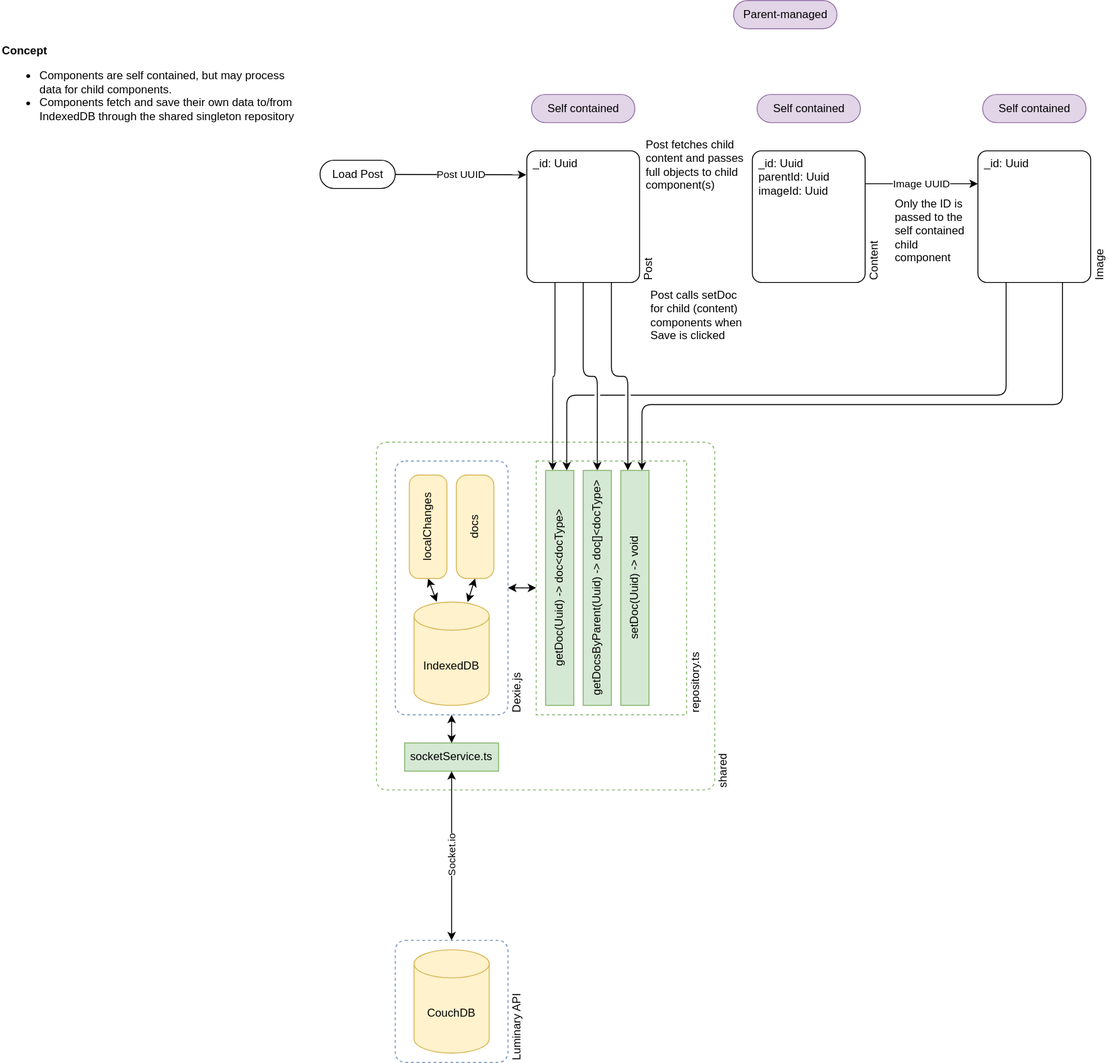
Above: docs/client-data-flows.drawio.svg in bccsa/luminary (draw.io), before the change. Source tidied: cells renumbered, new cells last; positions are measured from the earlier drawing's top-left corner, leaving out a move shared by most shapes.
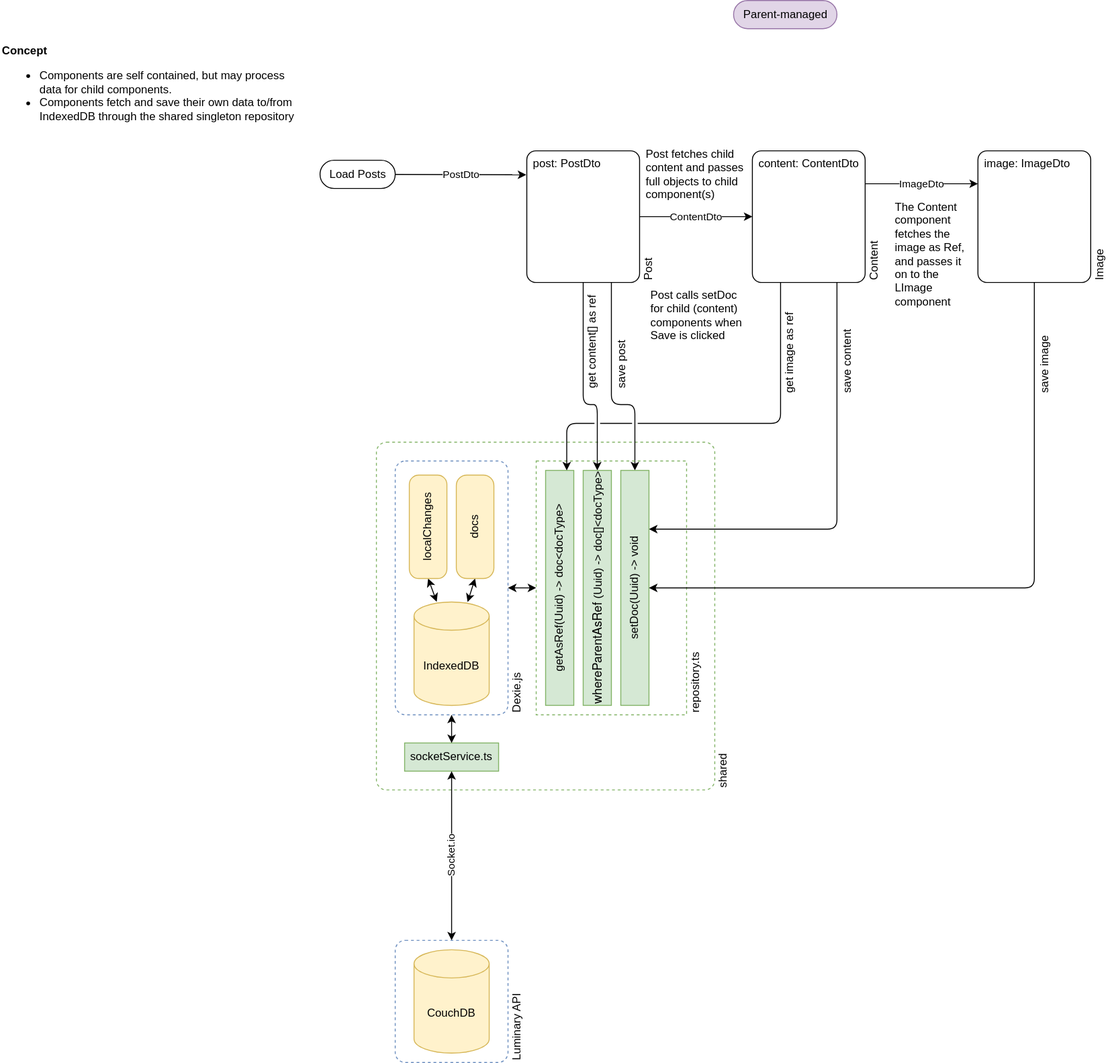
After the commit.

Commit message:
Create new Content Table as proof of concept

Change to the diagram source:
```diff
@@ -20,16 +20,23 @@
         <mxPoint x="550" y="230" as="targetPoint" />
       </mxGeometry>
     </mxCell>
-    <mxCell id="7" style="edgeStyle=orthogonalEdgeStyle;rounded=1;html=1;exitX=0.25;exitY=1;exitDx=0;exitDy=0;entryX=0.25;entryY=0;entryDx=0;entryDy=0;startArrow=none;startFill=0;" parent="1" edge="1" source="10" target="29">
-      <mxGeometry relative="1" as="geometry" />
-    </mxCell>
-    <mxCell id="8" style="edgeStyle=orthogonalEdgeStyle;rounded=1;html=1;exitX=0.75;exitY=1;exitDx=0;exitDy=0;entryX=0.25;entryY=0;entryDx=0;entryDy=0;startArrow=none;startFill=0;" parent="1" edge="1" source="10" target="33">
-      <mxGeometry relative="1" as="geometry" />
+    <mxCell id="8" style="edgeStyle=orthogonalEdgeStyle;rounded=1;html=1;exitX=0.75;exitY=1;exitDx=0;exitDy=0;entryX=0.5;entryY=0;entryDx=0;entryDy=0;startArrow=none;startFill=0;" parent="1" edge="1" source="10" target="33">
+      <mxGeometry relative="1" as="geometry">
+        <Array as="points">
+          <mxPoint x="650" y="430" />
+          <mxPoint x="675" y="430" />
+        </Array>
+      </mxGeometry>
     </mxCell>
     <mxCell id="9" style="edgeStyle=orthogonalEdgeStyle;rounded=1;html=1;exitX=0.5;exitY=1;exitDx=0;exitDy=0;entryX=0.5;entryY=0;entryDx=0;entryDy=0;startArrow=none;startFill=0;" parent="1" edge="1" source="10" target="32">
-      <mxGeometry relative="1" as="geometry" />
+      <mxGeometry relative="1" as="geometry">
+        <Array as="points">
+          <mxPoint x="620" y="430" />
+          <mxPoint x="635" y="430" />
+        </Array>
+      </mxGeometry>
     </mxCell>
-    <mxCell id="10" value="_id: Uuid&lt;br&gt;" style="rounded=1;whiteSpace=wrap;html=1;fillColor=none;arcSize=8;align=left;verticalAlign=top;spacingLeft=5;spacingRight=5;" parent="1" vertex="1">
+    <mxCell id="10" value="post: PostDto" style="rounded=1;whiteSpace=wrap;html=1;fillColor=none;arcSize=8;align=left;verticalAlign=top;spacingLeft=5;spacingRight=5;" parent="1" vertex="1">
       <mxGeometry x="560" y="160" width="120" height="140" as="geometry" />
     </mxCell>
     <mxCell id="11" value="CouchDB" style="shape=cylinder3;whiteSpace=wrap;html=1;boundedLbl=1;backgroundOutline=1;size=15;fillColor=#fff2cc;strokeColor=#d6b656;" parent="1" vertex="1">
@@ -70,13 +77,19 @@
     <mxCell id="22" style="rounded=0;whiteSpace=wrap;html=1;fillColor=none;strokeColor=#82b366;dashed=1;" parent="1" vertex="1">
       <mxGeometry x="570" y="490" width="160" height="270" as="geometry" />
     </mxCell>
+    <mxCell id="46" value="ContentDto" style="edgeStyle=none;html=1;exitX=0.5;exitY=0;exitDx=0;exitDy=0;entryX=0;entryY=0.5;entryDx=0;entryDy=0;" parent="1" edge="1" source="23" target="24">
+      <mxGeometry relative="1" as="geometry" />
+    </mxCell>
     <mxCell id="23" value="Post" style="text;html=1;strokeColor=none;fillColor=none;align=left;verticalAlign=middle;whiteSpace=wrap;rounded=0;rotation=-90;" parent="1" vertex="1">
       <mxGeometry x="620" y="220" width="140" height="20" as="geometry" />
     </mxCell>
+    <mxCell id="47" style="edgeStyle=orthogonalEdgeStyle;html=1;exitX=0.75;exitY=1;exitDx=0;exitDy=0;entryX=1;entryY=0.25;entryDx=0;entryDy=0;" parent="1" edge="1" source="24" target="33">
+      <mxGeometry relative="1" as="geometry" />
+    </mxCell>
-    <mxCell id="24" value="_id: Uuid&lt;br&gt;parentId: Uuid&lt;br&gt;imageId: Uuid" style="rounded=1;whiteSpace=wrap;html=1;fillColor=none;arcSize=8;align=left;verticalAlign=top;spacingLeft=5;spacingRight=5;" parent="1" vertex="1">
+    <mxCell id="24" value="content: ContentDto" style="rounded=1;whiteSpace=wrap;html=1;fillColor=none;arcSize=8;align=left;verticalAlign=top;spacingLeft=5;spacingRight=5;" parent="1" vertex="1">
       <mxGeometry x="800" y="160" width="120" height="140" as="geometry" />
     </mxCell>
-    <mxCell id="25" value="Image UUID" style="edgeStyle=orthogonalEdgeStyle;rounded=1;html=1;exitX=0.75;exitY=0;exitDx=0;exitDy=0;entryX=0;entryY=0.25;entryDx=0;entryDy=0;startArrow=none;startFill=0;" parent="1" edge="1" source="26" target="39">
+    <mxCell id="25" value="ImageDto" style="edgeStyle=orthogonalEdgeStyle;rounded=1;html=1;exitX=0.75;exitY=0;exitDx=0;exitDy=0;entryX=0;entryY=0.25;entryDx=0;entryDy=0;startArrow=none;startFill=0;" parent="1" edge="1" source="26" target="39">
       <mxGeometry relative="1" as="geometry">
         <Array as="points">
           <mxPoint x="970" y="195" />
@@ -87,13 +100,13 @@
     <mxCell id="26" value="Content" style="text;html=1;strokeColor=none;fillColor=none;align=left;verticalAlign=middle;whiteSpace=wrap;rounded=0;rotation=-90;" parent="1" vertex="1">
       <mxGeometry x="860" y="220" width="140" height="20" as="geometry" />
     </mxCell>
-    <mxCell id="27" value="Post UUID" style="edgeStyle=none;html=1;entryX=-0.005;entryY=0.182;entryDx=0;entryDy=0;entryPerimeter=0;startArrow=none;startFill=0;" parent="1" edge="1" source="28" target="10">
+    <mxCell id="27" value="PostDto" style="edgeStyle=none;html=1;entryX=-0.005;entryY=0.182;entryDx=0;entryDy=0;entryPerimeter=0;startArrow=none;startFill=0;" parent="1" edge="1" source="28" target="10">
       <mxGeometry relative="1" as="geometry" />
     </mxCell>
-    <mxCell id="28" value="Load Post" style="html=1;dashed=0;whitespace=wrap;shape=mxgraph.dfd.start;fillColor=none;" parent="1" vertex="1">
+    <mxCell id="28" value="Load Posts" style="html=1;dashed=0;whitespace=wrap;shape=mxgraph.dfd.start;fillColor=none;" parent="1" vertex="1">
       <mxGeometry x="340" y="170" width="80" height="30" as="geometry" />
     </mxCell>
-    <mxCell id="29" value="getDoc(Uuid) -&amp;gt; doc&amp;lt;docType&amp;gt;" style="rounded=0;whiteSpace=wrap;html=1;fillColor=#d5e8d4;strokeColor=#82b366;horizontal=0;" parent="1" vertex="1">
+    <mxCell id="29" value="getAsRef(Uuid) -&amp;gt; doc&amp;lt;docType&amp;gt;" style="rounded=0;whiteSpace=wrap;html=1;fillColor=#d5e8d4;strokeColor=#82b366;horizontal=0;" parent="1" vertex="1">
       <mxGeometry x="580" y="500" width="30" height="250" as="geometry" />
     </mxCell>
     <mxCell id="30" value="Dexie.js" style="text;html=1;strokeColor=none;fillColor=none;align=left;verticalAlign=middle;whiteSpace=wrap;rounded=0;dashed=1;rotation=-90;" parent="1" vertex="1">
@@ -102,14 +115,14 @@
     <mxCell id="31" value="shared" style="text;html=1;strokeColor=none;fillColor=none;align=left;verticalAlign=middle;whiteSpace=wrap;rounded=0;dashed=1;rotation=-90;" parent="1" vertex="1">
       <mxGeometry x="704" y="765" width="130" height="20" as="geometry" />
     </mxCell>
-    <mxCell id="32" value="getDocsByParent(Uuid) -&amp;gt; doc[]&amp;lt;docType&amp;gt;" style="rounded=0;whiteSpace=wrap;html=1;fillColor=#d5e8d4;strokeColor=#82b366;horizontal=0;" parent="1" vertex="1">
+    <mxCell id="32" value="&lt;span style=&quot;font-family: &amp;quot;Helvetica Neue&amp;quot;; font-size: 13px; text-align: start;&quot;&gt;whereParentAsRef&lt;/span&gt;(Uuid) -&amp;gt; doc[]&amp;lt;docType&amp;gt;" style="rounded=0;whiteSpace=wrap;html=1;fillColor=#d5e8d4;strokeColor=#82b366;horizontal=0;" parent="1" vertex="1">
       <mxGeometry x="620" y="500" width="30" height="250" as="geometry" />
     </mxCell>
     <mxCell id="33" value="setDoc(Uuid) -&amp;gt; void" style="rounded=0;whiteSpace=wrap;html=1;fillColor=#d5e8d4;strokeColor=#82b366;horizontal=0;" parent="1" vertex="1">
       <mxGeometry x="660" y="500" width="30" height="250" as="geometry" />
     </mxCell>
     <mxCell id="34" value="Post fetches child content and passes full objects to child component(s)" style="text;html=1;strokeColor=none;fillColor=none;align=left;verticalAlign=middle;whiteSpace=wrap;rounded=0;dashed=1;" parent="1" vertex="1">
-      <mxGeometry x="685" y="140" width="110" height="70" as="geometry" />
+      <mxGeometry x="685" y="150" width="110" height="70" as="geometry" />
     </mxCell>
     <mxCell id="35" value="Post calls setDoc for child (content) components when Save is clicked" style="text;html=1;strokeColor=none;fillColor=none;align=left;verticalAlign=middle;whiteSpace=wrap;rounded=0;dashed=1;" parent="1" vertex="1">
       <mxGeometry x="690" y="300" width="110" height="70" as="geometry" />
@@ -117,42 +130,47 @@
     <mxCell id="36" value="&lt;b&gt;Concept&lt;/b&gt;&lt;br&gt;&lt;ul&gt;&lt;li&gt;Components are self contained, but may process data for child components.&lt;/li&gt;&lt;li&gt;Components fetch and save their own data to/from IndexedDB through the shared singleton repository&lt;/li&gt;&lt;/ul&gt;" style="text;html=1;strokeColor=none;fillColor=none;align=left;verticalAlign=top;whiteSpace=wrap;rounded=0;dashed=1;" parent="1" vertex="1">
       <mxGeometry y="40" width="320" height="200" as="geometry" />
     </mxCell>
-    <mxCell id="37" style="edgeStyle=orthogonalEdgeStyle;rounded=1;html=1;exitX=0.25;exitY=1;exitDx=0;exitDy=0;entryX=0.75;entryY=0;entryDx=0;entryDy=0;startArrow=none;startFill=0;jumpStyle=gap;" parent="1" edge="1" source="39" target="29">
+    <mxCell id="37" style="edgeStyle=orthogonalEdgeStyle;rounded=1;html=1;exitX=0.25;exitY=1;exitDx=0;exitDy=0;entryX=0.75;entryY=0;entryDx=0;entryDy=0;startArrow=none;startFill=0;jumpStyle=gap;" parent="1" edge="1" source="24" target="29">
       <mxGeometry relative="1" as="geometry">
         <Array as="points">
-          <mxPoint x="1070" y="420" />
-          <mxPoint x="602" y="420" />
+          <mxPoint x="830" y="450" />
+          <mxPoint x="603" y="450" />
         </Array>
       </mxGeometry>
     </mxCell>
-    <mxCell id="38" style="edgeStyle=orthogonalEdgeStyle;rounded=1;jumpStyle=gap;html=1;exitX=0.75;exitY=1;exitDx=0;exitDy=0;entryX=0.75;entryY=0;entryDx=0;entryDy=0;startArrow=none;startFill=0;" parent="1" edge="1" source="39" target="33">
+    <mxCell id="38" style="edgeStyle=orthogonalEdgeStyle;rounded=1;jumpStyle=gap;html=1;exitX=0.5;exitY=1;exitDx=0;exitDy=0;entryX=1;entryY=0.5;entryDx=0;entryDy=0;startArrow=none;startFill=0;" parent="1" edge="1" source="39" target="33">
       <mxGeometry relative="1" as="geometry">
         <Array as="points">
-          <mxPoint x="1130" y="430" />
-          <mxPoint x="682" y="430" />
+          <mxPoint x="1100" y="625" />
         </Array>
       </mxGeometry>
     </mxCell>
-    <mxCell id="39" value="_id: Uuid" style="rounded=1;whiteSpace=wrap;html=1;fillColor=none;arcSize=8;align=left;verticalAlign=top;spacingLeft=5;spacingRight=5;" parent="1" vertex="1">
+    <mxCell id="39" value="image: ImageDto" style="rounded=1;whiteSpace=wrap;html=1;fillColor=none;arcSize=8;align=left;verticalAlign=top;spacingLeft=5;spacingRight=5;" parent="1" vertex="1">
       <mxGeometry x="1040" y="160" width="120" height="140" as="geometry" />
     </mxCell>
     <mxCell id="40" value="Image" style="text;html=1;strokeColor=none;fillColor=none;align=left;verticalAlign=middle;whiteSpace=wrap;rounded=0;rotation=-90;" parent="1" vertex="1">
       <mxGeometry x="1100" y="220" width="140" height="20" as="geometry" />
     </mxCell>
-    <mxCell id="41" value="Only the ID is passed to the self contained child component" style="text;html=1;strokeColor=none;fillColor=none;align=left;verticalAlign=middle;whiteSpace=wrap;rounded=0;dashed=1;" parent="1" vertex="1">
-      <mxGeometry x="950" y="210" width="80" height="70" as="geometry" />
+    <mxCell id="41" value="The Content component fetches the image as Ref, and passes it on to the LImage component" style="text;html=1;strokeColor=none;fillColor=none;align=left;verticalAlign=middle;whiteSpace=wrap;rounded=0;dashed=1;" parent="1" vertex="1">
+      <mxGeometry x="950" y="210" width="80" height="120" as="geometry" />
     </mxCell>
-    <mxCell id="42" value="&lt;span style=&quot;text-align: left;&quot;&gt;Self contained&lt;/span&gt;" style="html=1;dashed=0;whitespace=wrap;shape=mxgraph.dfd.start;fillColor=#e1d5e7;strokeColor=#9673a6;" parent="1" vertex="1">
-      <mxGeometry x="565" y="100" width="110" height="30" as="geometry" />
-    </mxCell>
     <mxCell id="43" value="&lt;span style=&quot;text-align: left;&quot;&gt;Parent-managed&lt;/span&gt;" style="html=1;dashed=0;whitespace=wrap;shape=mxgraph.dfd.start;fillColor=#e1d5e7;strokeColor=#9673a6;" parent="1" vertex="1">
       <mxGeometry x="780" width="110" height="30" as="geometry" />
     </mxCell>
-    <mxCell id="44" value="&lt;span style=&quot;text-align: left;&quot;&gt;Self contained&lt;/span&gt;" style="html=1;dashed=0;whitespace=wrap;shape=mxgraph.dfd.start;fillColor=#e1d5e7;strokeColor=#9673a6;" parent="1" vertex="1">
-      <mxGeometry x="1045" y="100" width="110" height="30" as="geometry" />
-    </mxCell>
-    <mxCell id="45" value="&lt;span style=&quot;text-align: left;&quot;&gt;Self contained&lt;/span&gt;" style="html=1;dashed=0;whitespace=wrap;shape=mxgraph.dfd.start;fillColor=#e1d5e7;strokeColor=#9673a6;" parent="1" vertex="1">
-      <mxGeometry x="805" y="100" width="110" height="30" as="geometry" />
-    </mxCell>
+    <mxCell id="48" value="get image as ref" style="text;html=1;strokeColor=none;fillColor=none;align=left;verticalAlign=middle;whiteSpace=wrap;rounded=0;dashed=1;rotation=-90;" parent="1" vertex="1">
+      <mxGeometry x="785" y="355" width="110" height="20" as="geometry" />
+    </mxCell>
+    <mxCell id="49" value="get content[] as ref" style="text;html=1;strokeColor=none;fillColor=none;align=left;verticalAlign=middle;whiteSpace=wrap;rounded=0;dashed=1;rotation=-90;" parent="1" vertex="1">
+      <mxGeometry x="575" y="350" width="110" height="20" as="geometry" />
+    </mxCell>
+    <mxCell id="50" value="save post" style="text;html=1;strokeColor=none;fillColor=none;align=left;verticalAlign=middle;whiteSpace=wrap;rounded=0;dashed=1;rotation=-90;" parent="1" vertex="1">
+      <mxGeometry x="606" y="350" width="110" height="20" as="geometry" />
+    </mxCell>
+    <mxCell id="51" value="save content" style="text;html=1;strokeColor=none;fillColor=none;align=left;verticalAlign=middle;whiteSpace=wrap;rounded=0;dashed=1;rotation=-90;" parent="1" vertex="1">
+      <mxGeometry x="846" y="355" width="110" height="20" as="geometry" />
+    </mxCell>
+    <mxCell id="52" value="save image" style="text;html=1;strokeColor=none;fillColor=none;align=left;verticalAlign=middle;whiteSpace=wrap;rounded=0;dashed=1;rotation=-90;" parent="1" vertex="1">
+      <mxGeometry x="1056" y="355" width="110" height="20" as="geometry" />
+    </mxCell>
   </root>
 </mxGraphModel>
```
